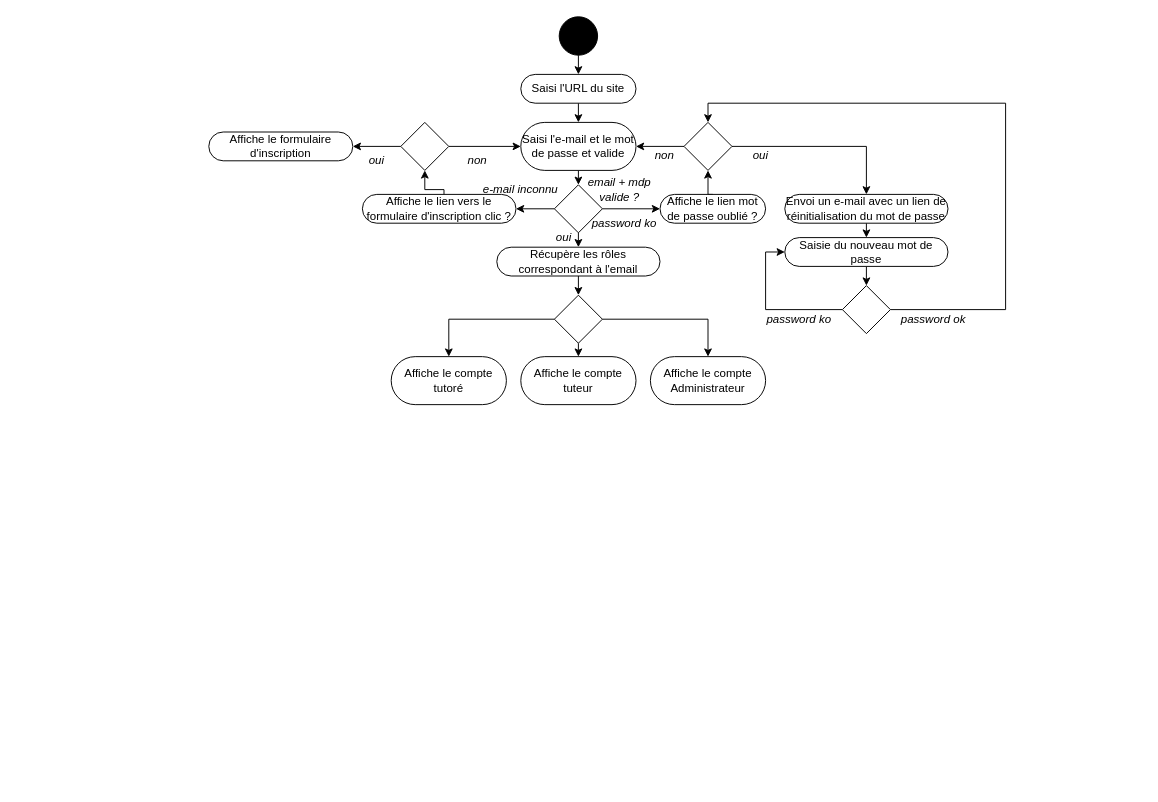
Above: page "diagramme d'activité" (3 of 3) of uml_avenirs.drawio in cbeauquel/oc_projet9 (draw.io), before the change. Source tidied: cells renumbered, new cells numbered last; positions are measured from the earlier drawing's top-left corner, leaving out a move shared by most shapes. Both pictures are drawn from the tidied source at 96%, with x=0, y=0 at pixel (208, 16).
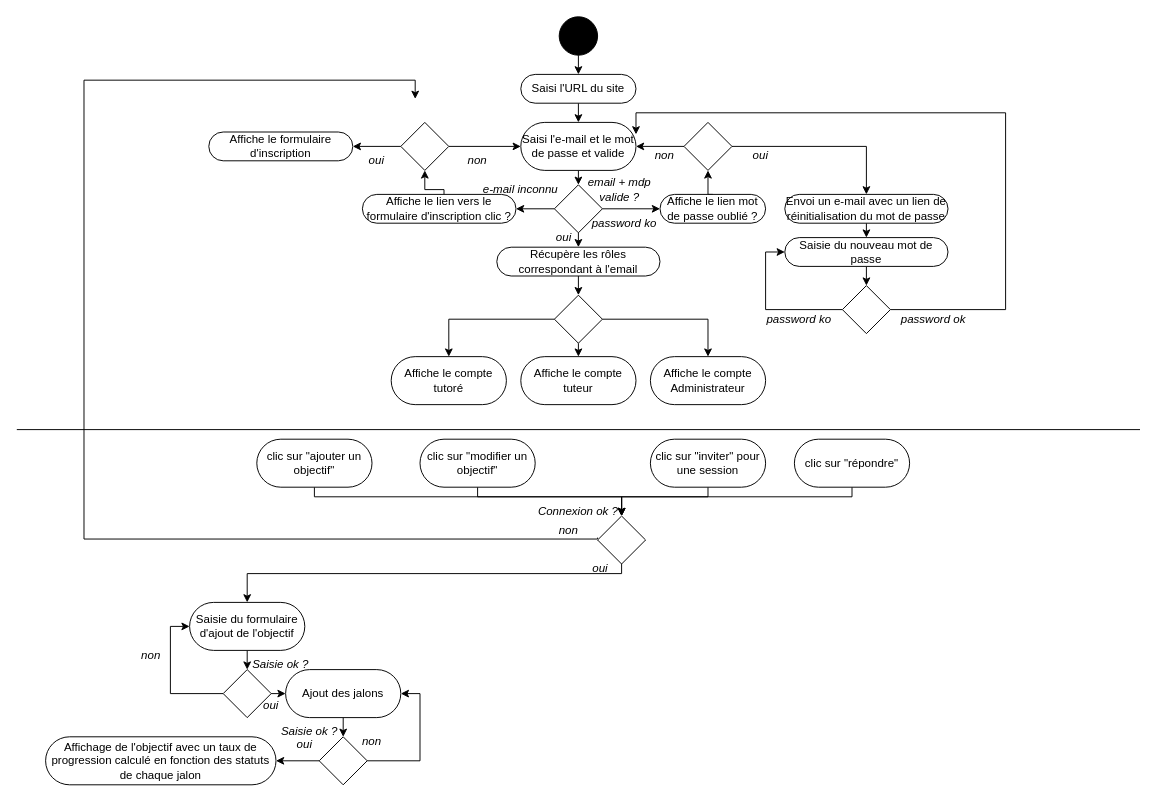
Above is the later version.

Commit message:
Mettre à jour uml_avenirs.drawio, diagramme d'activité, objectifs

The change refers to these unchanged cells:
```xml
<mxCell id="7" value="Saisi l'e-mail et le mot de passe et valide" style="rounded=1;whiteSpace=wrap;html=1;arcSize=50;" parent="1" vertex="1">
  <mxGeometry x="325" y="110" width="120" height="50" as="geometry" />
</mxCell>
<mxCell id="22" style="rhombus;whiteSpace=wrap;html=1;" parent="1" vertex="1">
  <mxGeometry x="495" y="110" width="50" height="50" as="geometry" />
</mxCell>
<mxCell id="35" style="rhombus;whiteSpace=wrap;html=1;" parent="1" vertex="1">
  <mxGeometry x="660" y="280" width="50" height="50" as="geometry" />
</mxCell>
```

What changed in the source:
```diff
@@
-    <mxCell id="34" style="edgeStyle=orthogonalEdgeStyle;rounded=0;jettySize=auto;html=1;exitX=1;exitY=0.5;exitDx=0;exitDy=0;entryX=0.5;entryY=0;entryDx=0;entryDy=0;" parent="1" edge="1" source="35" target="22">
+    <mxCell id="34" style="edgeStyle=orthogonalEdgeStyle;rounded=0;jettySize=auto;html=1;exitX=1;exitY=0.5;exitDx=0;exitDy=0;entryX=1;entryY=0.25;entryDx=0;entryDy=0;" parent="1" edge="1" source="35" target="7">
       <mxGeometry relative="1" as="geometry">
         <Array as="points">
           <mxPoint x="830" y="305" />
-          <mxPoint x="830" y="90" />
-          <mxPoint x="520" y="90" />
+          <mxPoint x="830" y="100" />
+          <mxPoint x="445" y="100" />
         </Array>
       </mxGeometry>
     </mxCell>
@@
+    <mxCell id="49" style="endArrow=none;html=1;rounded=0;" parent="1" edge="1">
+      <mxGeometry relative="1" as="geometry">
+        <mxPoint x="-200" y="430" as="sourcePoint" />
+        <mxPoint x="970" y="430" as="targetPoint" />
+      </mxGeometry>
+    </mxCell>
+    <mxCell id="50" style="edgeStyle=orthogonalEdgeStyle;rounded=0;jettySize=auto;html=1;exitX=0.5;exitY=1;exitDx=0;exitDy=0;entryX=0.5;entryY=0;entryDx=0;entryDy=0;" parent="1" edge="1" source="51" target="54">
+      <mxGeometry relative="1" as="geometry">
+        <Array as="points">
+          <mxPoint x="110" y="500" />
+          <mxPoint x="430" y="500" />
+        </Array>
+      </mxGeometry>
+    </mxCell>
+    <mxCell id="51" value="clic sur &quot;ajouter un objectif&quot;" style="rounded=1;whiteSpace=wrap;html=1;arcSize=50;" parent="1" vertex="1">
+      <mxGeometry x="50" y="440" width="120" height="50" as="geometry" />
+    </mxCell>
+    <mxCell id="52" style="edgeStyle=orthogonalEdgeStyle;rounded=0;jettySize=auto;html=1;exitX=0.5;exitY=1;exitDx=0;exitDy=0;entryX=0.5;entryY=0;entryDx=0;entryDy=0;" parent="1" edge="1" source="54" target="56">
+      <mxGeometry relative="1" as="geometry">
+        <Array as="points">
+          <mxPoint x="430" y="580" />
+          <mxPoint x="40" y="580" />
+        </Array>
+      </mxGeometry>
+    </mxCell>
+    <mxCell id="53" style="edgeStyle=orthogonalEdgeStyle;rounded=0;jettySize=auto;html=1;entryX=0;entryY=0;entryDx=0;entryDy=0;exitX=1;exitY=0.75;exitDx=0;exitDy=0;" parent="1" edge="1" source="61">
+      <mxGeometry relative="1" as="geometry">
+        <mxPoint x="215" y="85.5" as="targetPoint" />
+        <Array as="points">
+          <mxPoint x="405" y="544" />
+          <mxPoint x="-130" y="544" />
+          <mxPoint x="-130" y="66" />
+          <mxPoint x="215" y="66" />
+        </Array>
+      </mxGeometry>
+    </mxCell>
+    <mxCell id="54" style="rhombus;whiteSpace=wrap;html=1;" parent="1" vertex="1">
+      <mxGeometry x="405" y="520" width="50" height="50" as="geometry" />
+    </mxCell>
+    <mxCell id="55" style="edgeStyle=orthogonalEdgeStyle;rounded=0;jettySize=auto;html=1;exitX=0.5;exitY=1;exitDx=0;exitDy=0;entryX=0.5;entryY=0;entryDx=0;entryDy=0;" parent="1" edge="1" source="56" target="65">
+      <mxGeometry relative="1" as="geometry" />
+    </mxCell>
+    <mxCell id="56" value="Saisie du formulaire d'ajout de l'objectif" style="rounded=1;whiteSpace=wrap;html=1;arcSize=50;" parent="1" vertex="1">
+      <mxGeometry x="-20" y="610" width="120" height="50" as="geometry" />
+    </mxCell>
+    <mxCell id="57" style="edgeStyle=orthogonalEdgeStyle;rounded=0;jettySize=auto;html=1;exitX=0.5;exitY=1;exitDx=0;exitDy=0;entryX=0.5;entryY=0;entryDx=0;entryDy=0;" parent="1" edge="1" source="58" target="74">
+      <mxGeometry relative="1" as="geometry">
+        <Array as="points">
+          <mxPoint x="140" y="750" />
+          <mxPoint x="140" y="750" />
+        </Array>
+      </mxGeometry>
+    </mxCell>
+    <mxCell id="58" value="Ajout des jalons" style="rounded=1;whiteSpace=wrap;html=1;arcSize=50;" parent="1" vertex="1">
+      <mxGeometry x="80" y="680" width="120" height="50" as="geometry" />
+    </mxCell>
+    <mxCell id="59" value="Affichage de l'objectif avec un taux de progression calculé en fonction des statuts de chaque jalon" style="rounded=1;whiteSpace=wrap;html=1;arcSize=50;" parent="1" vertex="1">
+      <mxGeometry x="-170" y="750" width="240" height="50" as="geometry" />
+    </mxCell>
+    <mxCell id="60" value="Connexion ok ?" style="text;html=1;align=center;verticalAlign=middle;whiteSpace=wrap;rounded=0;fontStyle=2;" parent="1" vertex="1">
+      <mxGeometry x="340" y="500" width="90" height="30" as="geometry" />
+    </mxCell>
+    <mxCell id="61" value="non" style="text;html=1;align=center;verticalAlign=middle;whiteSpace=wrap;rounded=0;fontStyle=2;" parent="1" vertex="1">
+      <mxGeometry x="345" y="520" width="60" height="30" as="geometry" />
+    </mxCell>
+    <mxCell id="62" value="oui" style="text;html=1;align=center;verticalAlign=middle;whiteSpace=wrap;rounded=0;fontStyle=2;" parent="1" vertex="1">
+      <mxGeometry x="378" y="560" width="60" height="30" as="geometry" />
+    </mxCell>
+    <mxCell id="63" style="edgeStyle=orthogonalEdgeStyle;rounded=0;jettySize=auto;html=1;exitX=1;exitY=0.5;exitDx=0;exitDy=0;entryX=0;entryY=0.5;entryDx=0;entryDy=0;" parent="1" edge="1" source="65" target="58">
+      <mxGeometry relative="1" as="geometry" />
+    </mxCell>
+    <mxCell id="64" style="edgeStyle=orthogonalEdgeStyle;rounded=0;jettySize=auto;html=1;exitX=0;exitY=0.5;exitDx=0;exitDy=0;entryX=0;entryY=0.5;entryDx=0;entryDy=0;" parent="1" edge="1" source="65" target="56">
+      <mxGeometry relative="1" as="geometry" />
+    </mxCell>
+    <mxCell id="65" style="rhombus;whiteSpace=wrap;html=1;" parent="1" vertex="1">
+      <mxGeometry x="15" y="680" width="50" height="50" as="geometry" />
+    </mxCell>
+    <mxCell id="66" value="Saisie ok ?" style="text;html=1;align=center;verticalAlign=middle;whiteSpace=wrap;rounded=0;fontStyle=2;" parent="1" vertex="1">
+      <mxGeometry x="30" y="660" width="90" height="30" as="geometry" />
+    </mxCell>
+    <mxCell id="67" value="non" style="text;html=1;align=center;verticalAlign=middle;whiteSpace=wrap;rounded=0;fontStyle=2;" parent="1" vertex="1">
+      <mxGeometry x="-90" y="650" width="60" height="30" as="geometry" />
+    </mxCell>
+    <mxCell id="68" value="oui" style="text;html=1;align=center;verticalAlign=middle;whiteSpace=wrap;rounded=0;fontStyle=2;" parent="1" vertex="1">
+      <mxGeometry x="35" y="703" width="60" height="30" as="geometry" />
+    </mxCell>
+    <mxCell id="69" value="Saisie ok ?" style="text;html=1;align=center;verticalAlign=middle;whiteSpace=wrap;rounded=0;fontStyle=2;" parent="1" vertex="1">
+      <mxGeometry x="60" y="730" width="90" height="30" as="geometry" />
+    </mxCell>
+    <mxCell id="70" value="non" style="text;html=1;align=center;verticalAlign=middle;whiteSpace=wrap;rounded=0;fontStyle=2;" parent="1" vertex="1">
+      <mxGeometry x="140" y="740" width="60" height="30" as="geometry" />
+    </mxCell>
+    <mxCell id="71" value="oui" style="text;html=1;align=center;verticalAlign=middle;whiteSpace=wrap;rounded=0;fontStyle=2;" parent="1" vertex="1">
+      <mxGeometry x="70" y="743" width="60" height="30" as="geometry" />
+    </mxCell>
+    <mxCell id="72" style="edgeStyle=orthogonalEdgeStyle;rounded=0;jettySize=auto;html=1;exitX=0;exitY=0.5;exitDx=0;exitDy=0;" parent="1" edge="1" source="74" target="59">
+      <mxGeometry relative="1" as="geometry" />
+    </mxCell>
+    <mxCell id="73" style="edgeStyle=orthogonalEdgeStyle;rounded=0;jettySize=auto;html=1;exitX=1;exitY=0.5;exitDx=0;exitDy=0;entryX=1;entryY=0.5;entryDx=0;entryDy=0;" parent="1" edge="1" source="74" target="58">
+      <mxGeometry relative="1" as="geometry">
+        <Array as="points">
+          <mxPoint x="220" y="775" />
+          <mxPoint x="220" y="705" />
+        </Array>
+      </mxGeometry>
+    </mxCell>
+    <mxCell id="74" style="rhombus;whiteSpace=wrap;html=1;" parent="1" vertex="1">
+      <mxGeometry x="115" y="750" width="50" height="50" as="geometry" />
+    </mxCell>
+    <mxCell id="75" style="edgeStyle=orthogonalEdgeStyle;rounded=0;jettySize=auto;html=1;exitX=0.5;exitY=1;exitDx=0;exitDy=0;entryX=0.5;entryY=0;entryDx=0;entryDy=0;" parent="1" edge="1" source="76" target="54">
+      <mxGeometry relative="1" as="geometry">
+        <Array as="points">
+          <mxPoint x="280" y="500" />
+          <mxPoint x="430" y="500" />
+        </Array>
+      </mxGeometry>
+    </mxCell>
+    <mxCell id="76" value="clic sur &quot;modifier un objectif&quot;" style="rounded=1;whiteSpace=wrap;html=1;arcSize=50;" parent="1" vertex="1">
+      <mxGeometry x="220" y="440" width="120" height="50" as="geometry" />
+    </mxCell>
+    <mxCell id="77" style="edgeStyle=orthogonalEdgeStyle;rounded=0;jettySize=auto;html=1;exitX=0.5;exitY=1;exitDx=0;exitDy=0;entryX=0.5;entryY=0;entryDx=0;entryDy=0;" parent="1" edge="1" source="78" target="54">
+      <mxGeometry relative="1" as="geometry">
+        <Array as="points">
+          <mxPoint x="520" y="500" />
+          <mxPoint x="430" y="500" />
+        </Array>
+      </mxGeometry>
+    </mxCell>
+    <mxCell id="78" value="clic sur &quot;inviter&quot; pour une session" style="rounded=1;whiteSpace=wrap;html=1;arcSize=50;" parent="1" vertex="1">
+      <mxGeometry x="460" y="440" width="120" height="50" as="geometry" />
+    </mxCell>
+    <mxCell id="79" style="edgeStyle=orthogonalEdgeStyle;rounded=0;jettySize=auto;html=1;exitX=0.5;exitY=1;exitDx=0;exitDy=0;entryX=0.5;entryY=0;entryDx=0;entryDy=0;" parent="1" edge="1" source="80" target="54">
+      <mxGeometry relative="1" as="geometry">
+        <Array as="points">
+          <mxPoint x="670" y="500" />
+          <mxPoint x="430" y="500" />
+        </Array>
+      </mxGeometry>
+    </mxCell>
+    <mxCell id="80" value="clic sur &quot;répondre&quot;" style="rounded=1;whiteSpace=wrap;html=1;arcSize=50;" parent="1" vertex="1">
+      <mxGeometry x="610" y="440" width="120" height="50" as="geometry" />
+    </mxCell>
```
